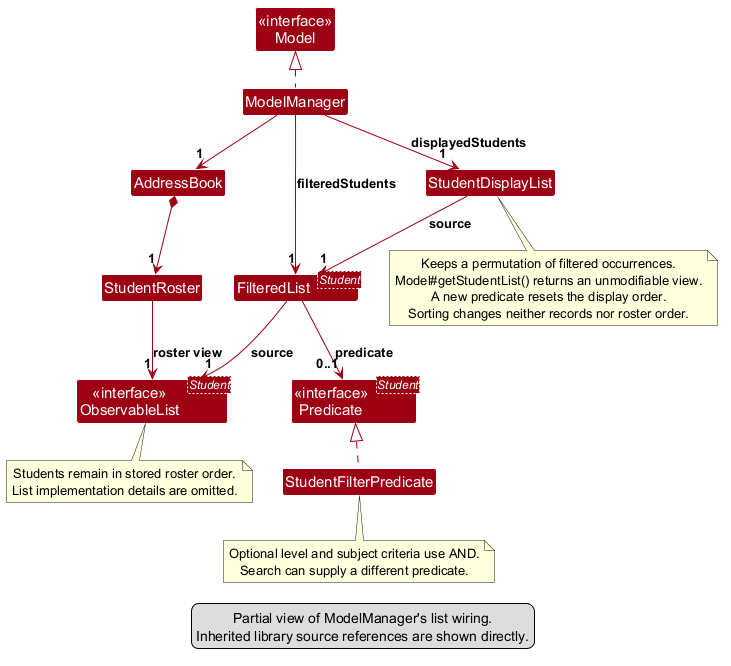
The PlantUML diagram docs/images/StudentViewClassDiagram.png in AY2627S1-CS2103-F12-1/tp, before a commit. Source of this version:
```plantuml
@startuml
!include style.puml
skinparam arrowColor MODEL_COLOR
skinparam classBackgroundColor MODEL_COLOR
skinparam nodesep 30
skinparam ranksep 35

class "<<interface>>\nModel" as Model
class ModelManager
class AddressBook
class StudentRoster
class "<<interface>>\nObservableList<Student>" as RosterList
class "FilteredList<Student>" as FilteredStudents
class StudentDisplayList
class "<<interface>>\nPredicate<Student>" as Predicate
class StudentFilterPredicate

ModelManager .up.|> Model
ModelManager --> "1" AddressBook
AddressBook *--> "1" StudentRoster
StudentRoster --> "1" RosterList : roster view
ModelManager --> "1" FilteredStudents : filteredStudents
ModelManager --> "1" StudentDisplayList : displayedStudents
StudentDisplayList --> "1" FilteredStudents : source
FilteredStudents --> "1" RosterList : source
FilteredStudents --> "0..1" Predicate : predicate
StudentFilterPredicate .up.|> Predicate

note bottom of RosterList
  Students remain in stored roster order.
  List implementation details are omitted.
end note

note bottom of StudentFilterPredicate
  Optional level and subject criteria use AND.
  Search can supply a different predicate.
end note

note bottom of StudentDisplayList
  Keeps a permutation of filtered occurrences.
  Model#getStudentList() returns an unmodifiable view.
  A new predicate resets the display order.
  Sorting changes neither records nor roster order.
end note

legend bottom
  Partial view of ModelManager's list wiring.
  Inherited library source references are shown directly.
endlegend
@enduml
```
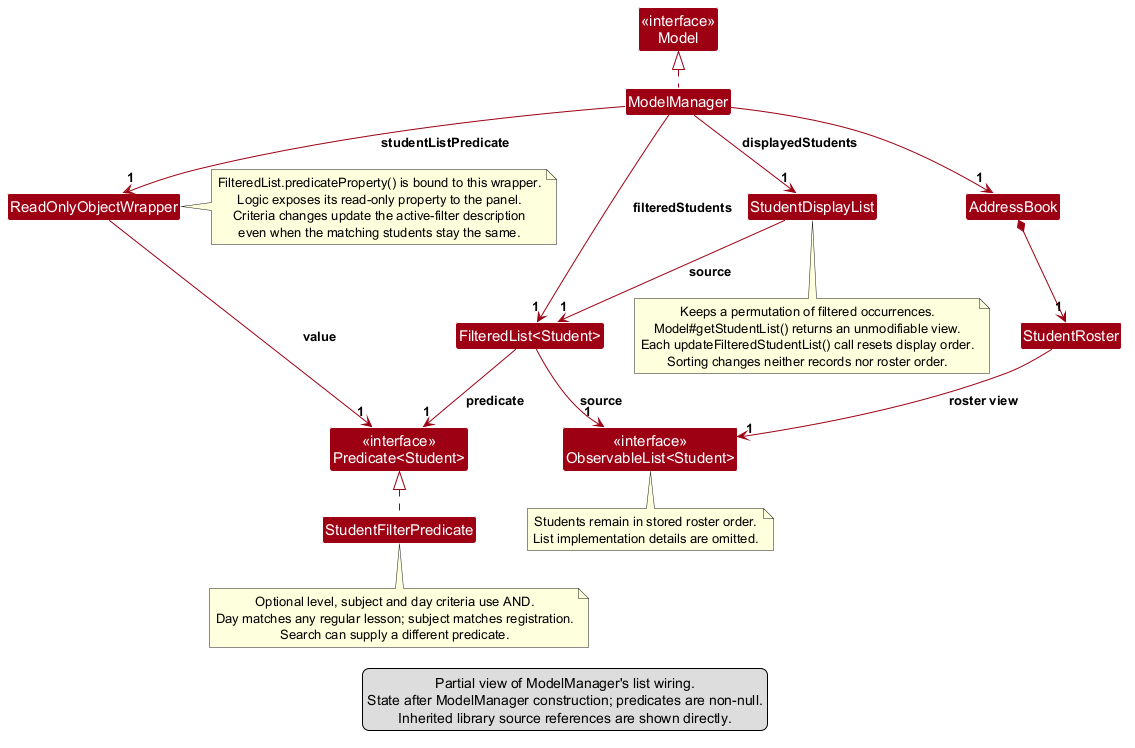
Above is the later version.

Change to the diagram source:
```diff
@@ -4,6 +4,7 @@
 skinparam classBackgroundColor MODEL_COLOR
 skinparam nodesep 30
 skinparam ranksep 35
+skinparam genericDisplay old
 
 class "<<interface>>\nModel" as Model
 class ModelManager
@@ -12,18 +13,21 @@
 class "<<interface>>\nObservableList<Student>" as RosterList
 class "FilteredList<Student>" as FilteredStudents
 class StudentDisplayList
+class "ReadOnlyObjectWrapper" as PredicateState
 class "<<interface>>\nPredicate<Student>" as Predicate
 class StudentFilterPredicate
 
 ModelManager .up.|> Model
 ModelManager --> "1" AddressBook
 AddressBook *--> "1" StudentRoster
-StudentRoster --> "1" RosterList : roster view
+StudentRoster -down-> "1" RosterList : roster view
 ModelManager --> "1" FilteredStudents : filteredStudents
 ModelManager --> "1" StudentDisplayList : displayedStudents
+ModelManager --> "1" PredicateState : studentListPredicate
 StudentDisplayList --> "1" FilteredStudents : source
 FilteredStudents --> "1" RosterList : source
-FilteredStudents --> "0..1" Predicate : predicate
+PredicateState --> "1" Predicate : value
+FilteredStudents --> "1" Predicate : predicate
 StudentFilterPredicate .up.|> Predicate
 
 note bottom of RosterList
@@ -32,19 +36,28 @@
 end note
 
 note bottom of StudentFilterPredicate
-  Optional level and subject criteria use AND.
+  Optional level, subject and day criteria use AND.
+  Day matches any regular lesson; subject matches registration.
   Search can supply a different predicate.
+end note
+
+note right of PredicateState
+  FilteredList.predicateProperty() is bound to this wrapper.
+  Logic exposes its read-only property to the panel.
+  Criteria changes update the active-filter description
+  even when the matching students stay the same.
 end note
 
 note bottom of StudentDisplayList
   Keeps a permutation of filtered occurrences.
   Model#getStudentList() returns an unmodifiable view.
-  A new predicate resets the display order.
+  Each updateFilteredStudentList() call resets display order.
   Sorting changes neither records nor roster order.
 end note
 
 legend bottom
   Partial view of ModelManager's list wiring.
+  State after ModelManager construction; predicates are non-null.
   Inherited library source references are shown directly.
 endlegend
 @enduml
```
